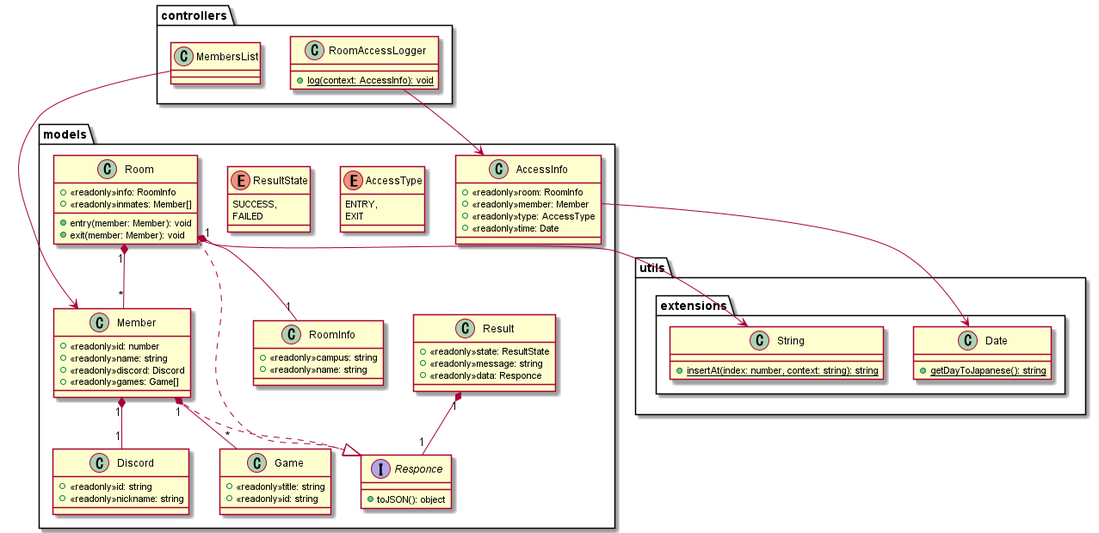
Earlier version of the PlantUML export uml/classDiagram/classDiagram.png (NIT-esports/NITeAPI). Its diagram source:
```plantuml
@startuml
package models
{
    class AccessInfo
    {
        +<<readonly>>room: RoomInfo
        +<<readonly>>member: Member
        +<<readonly>>type: AccessType
        +<<readonly>>time: Date
    }
    enum AccessType
    {
        ENTRY,
        EXIT
    }
    class Discord
    {
        +<<readonly>>id: string
        +<<readonly>>nickname: string
    }
    class Game
    {
        +<<readonly>>title: string
        +<<readonly>>id: string
    }
    class Member
    {
        +<<readonly>>id: number
        +<<readonly>>name: string
        +<<readonly>>discord: Discord
        +<<readonly>>games: Game[]
    }
    interface Responce
    {
        +toJSON(): object
    }
    class Result
    {
        +<<readonly>>state: ResultState
        +<<readonly>>message: string
        +<<readonly>>data: Responce
    }
    enum ResultState
    {
        SUCCESS,
        FAILED
    }
    class Room
    {
        +<<readonly>>info: RoomInfo
        +<<readonly>>inmates: Member[]
        +entry(member: Member): void
        +exit(member: Member): void
    }
    class RoomInfo
    {
        +<<readonly>>campus: string
        +<<readonly>>name: string
    }
}
package controllers
{
    class MembersList
    {

    }
    class RoomAccessLogger
    {
        +{static}log(context: AccessInfo): void
    }
}
package utils
{
    package extensions
    {
        class Date
        {
            +{static}getDayToJapanese(): string
        }
        class String
        {
            +{static}insertAt(index: number, context: string): string
        }
    }
}

Member ..|> Responce
Room ..|> Responce

Member "1" *-- "1" Discord
Member "1" *-- "*" Game
Room "1" *-- "1" RoomInfo
Room "1" *-- "*" Member
Result "1" *-- "1" Responce

AccessInfo --> Date
MembersList --> Member
Room --> String
RoomAccessLogger --> AccessInfo

@enduml
```
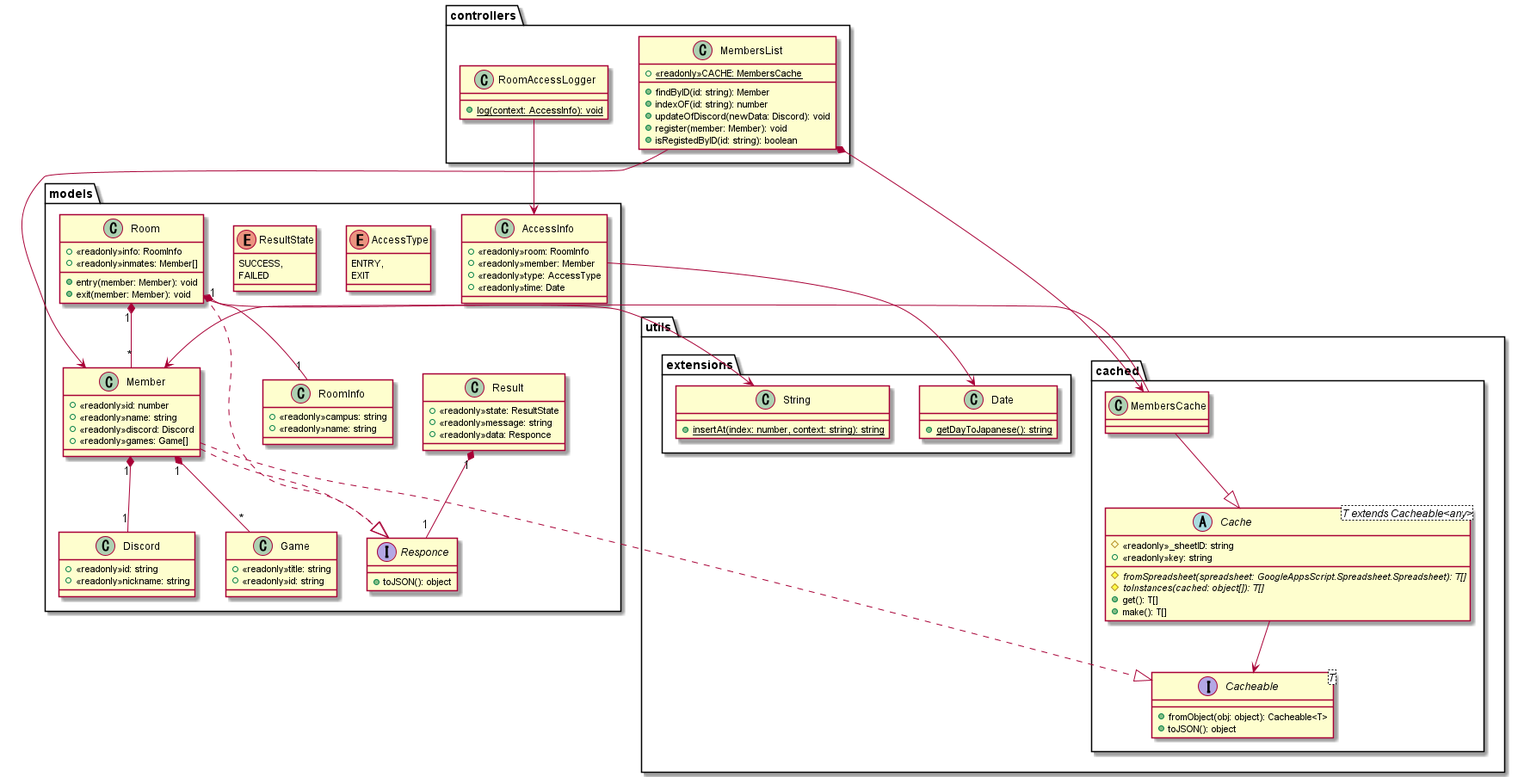
After the change.

The edit, as a diff of the source:
```diff
@@ -62,7 +62,12 @@
 {
     class MembersList
     {
-
+        +{static}<<readonly>>CACHE: MembersCache
+        +findByID(id: string): Member
+        +indexOF(id: string): number
+        +updateOfDiscord(newData: Discord): void
+        +register(member: Member): void
+        +isRegistedByID(id: string): boolean
     }
     class RoomAccessLogger
     {
@@ -71,6 +76,24 @@
 }
 package utils
 {
+    package cached
+    {
+        abstract Cache<T extends Cacheable<any>>
+        {
+            #<<readonly>>_sheetID: string
+            +<<readonly>>key: string
+            #{abstract}fromSpreadsheet(spreadsheet: GoogleAppsScript.Spreadsheet.Spreadsheet): T[]
+            #{abstract}toInstances(cached: object[]): T[]
+            +get(): T[]
+            +make(): T[]
+        }
+        interface Cacheable<T>
+        {
+            +fromObject(obj: object): Cacheable<T>
+            +toJSON(): object
+        }
+        class MembersCache
+    }
     package extensions
     {
         class Date
@@ -84,7 +107,10 @@
     }
 }
 
+MembersCache --|> Cache
+
 Member ..|> Responce
+Member ..|> Cacheable
 Room ..|> Responce
 
 Member "1" *-- "1" Discord
@@ -93,6 +119,10 @@
 Room "1" *-- "*" Member
 Result "1" *-- "1" Responce
 
+MembersList *--> MembersCache
+
+Cache --> Cacheable
+MembersCache --> Member
 AccessInfo --> Date
 MembersList --> Member
 Room --> String
```
